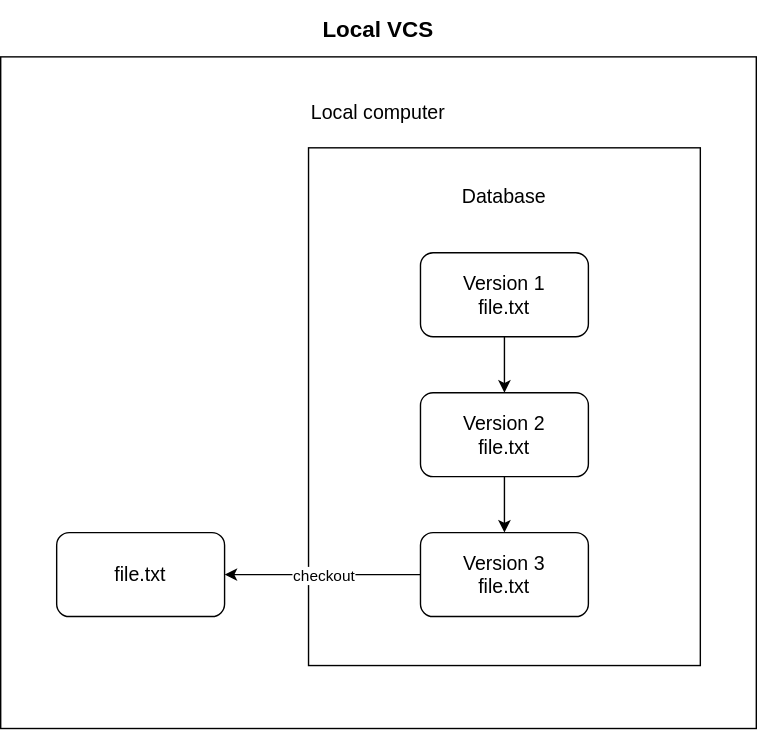
thomas-rasmussen/git-tutorial keeps this draw.io diagram as docs/diagrams/local-vcs.svg. Above is the earlier version. Source tidied: cells renumbered, new cells last; positions are measured from the earlier drawing's top-left corner, leaving out a move shared by most shapes. Source of this version:
```xml
<mxGraphModel>
  <root>
    <mxCell id="0" />
    <mxCell id="1" parent="0" />
    <mxCell id="2" style="rounded=0;whiteSpace=wrap;html=1;perimeterSpacing=1;glass=0;shadow=0;" parent="1" vertex="1">
      <mxGeometry y="40" width="540" height="480" as="geometry" />
    </mxCell>
    <mxCell id="3" value="Local computer" style="rounded=0;whiteSpace=wrap;html=1;fontSize=14;strokeColor=none;" parent="1" vertex="1">
      <mxGeometry x="85" y="70" width="370" height="20" as="geometry" />
    </mxCell>
    <mxCell id="4" style="rounded=0;whiteSpace=wrap;html=1;" parent="1" vertex="1">
      <mxGeometry x="290" y="260" width="120" height="60" as="geometry" />
    </mxCell>
    <mxCell id="5" style="rounded=0;whiteSpace=wrap;html=1;" parent="1" vertex="1">
      <mxGeometry x="300" y="295" width="120" height="60" as="geometry" />
    </mxCell>
    <mxCell id="6" value="file.txt" style="rounded=1;whiteSpace=wrap;html=1;fontSize=14;" parent="1" vertex="1">
      <mxGeometry x="40" y="380" width="120" height="60" as="geometry" />
    </mxCell>
    <mxCell id="7" style="rounded=0;whiteSpace=wrap;html=1;perimeterSpacing=0;" parent="1" vertex="1">
      <mxGeometry x="220" y="105" width="280" height="370" as="geometry" />
    </mxCell>
    <mxCell id="8" value="Database" style="rounded=0;whiteSpace=wrap;html=1;fontSize=14;strokeColor=none;" parent="1" vertex="1">
      <mxGeometry x="300" y="130" width="120" height="20" as="geometry" />
    </mxCell>
    <mxCell id="9" style="edgeStyle=orthogonalEdgeStyle;rounded=0;jettySize=auto;html=1;" parent="1" edge="1" source="10" target="15">
      <mxGeometry relative="1" as="geometry" />
    </mxCell>
    <mxCell id="10" value="Version 2&lt;div&gt;file.txt&lt;/div&gt;" style="rounded=1;whiteSpace=wrap;html=1;fontSize=14;verticalAlign=middle;" parent="1" vertex="1">
      <mxGeometry x="300" y="280" width="120" height="60" as="geometry" />
    </mxCell>
    <mxCell id="11" style="edgeStyle=orthogonalEdgeStyle;rounded=0;jettySize=auto;html=1;" parent="1" edge="1" source="12" target="10">
      <mxGeometry relative="1" as="geometry" />
    </mxCell>
    <mxCell id="12" value="&lt;font&gt;Version 1&lt;/font&gt;&lt;div&gt;&lt;font&gt;file.txt&lt;/font&gt;&lt;/div&gt;" style="rounded=1;whiteSpace=wrap;html=1;fontSize=14;" parent="1" vertex="1">
      <mxGeometry x="300" y="180" width="120" height="60" as="geometry" />
    </mxCell>
    <mxCell id="13" style="edgeStyle=orthogonalEdgeStyle;rounded=0;jettySize=auto;html=1;" parent="1" edge="1" source="15" target="6">
      <mxGeometry relative="1" as="geometry" />
    </mxCell>
    <mxCell id="14" value="checkout" style="edgeLabel;html=1;align=center;verticalAlign=middle;" parent="13" vertex="1">
      <mxGeometry relative="1" as="geometry" />
    </mxCell>
    <mxCell id="15" value="Version 3&lt;div&gt;file.txt&lt;/div&gt;" style="rounded=1;whiteSpace=wrap;html=1;fontSize=14;" parent="1" vertex="1">
      <mxGeometry x="300" y="380" width="120" height="60" as="geometry" />
    </mxCell>
    <mxCell id="16" style="edgeStyle=orthogonalEdgeStyle;rounded=0;orthogonalLoop=1;jettySize=auto;html=1;exitX=0.5;exitY=1;exitDx=0;exitDy=0;" parent="1" edge="1" source="2" target="2">
      <mxGeometry relative="1" as="geometry" />
    </mxCell>
    <mxCell id="17" value="Local VCS" style="rounded=0;whiteSpace=wrap;html=1;fontSize=16;fontStyle=1;fillColor=none;strokeColor=none;" parent="1" vertex="1">
      <mxGeometry width="540" height="40" as="geometry" />
    </mxCell>
  </root>
</mxGraphModel>
```
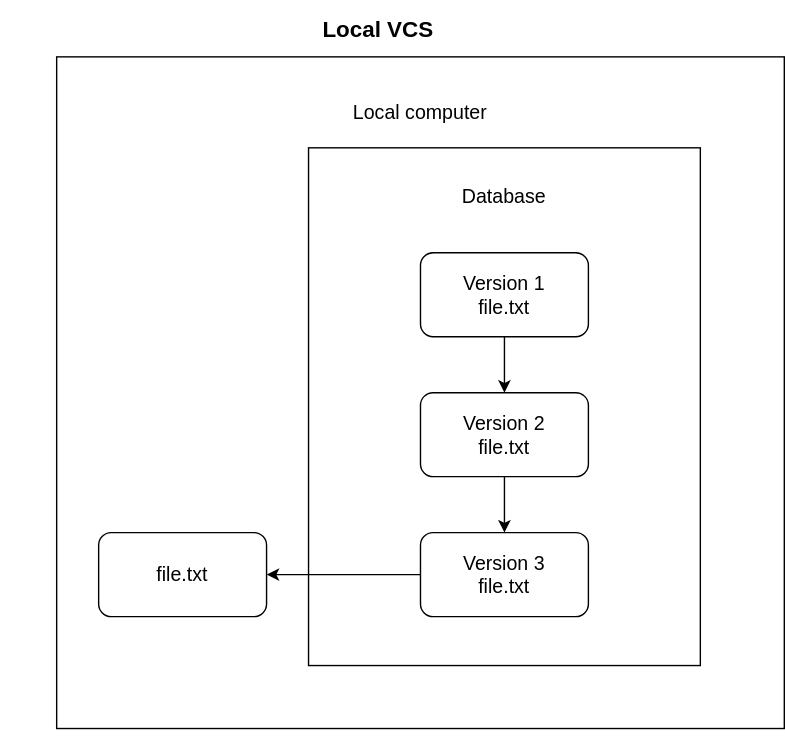
Later version of the same file.

Change to the diagram source:
```diff
@@ -3,10 +3,10 @@
     <mxCell id="0" />
     <mxCell id="1" parent="0" />
     <mxCell id="2" style="rounded=0;whiteSpace=wrap;html=1;perimeterSpacing=1;glass=0;shadow=0;" parent="1" vertex="1">
-      <mxGeometry y="40" width="540" height="480" as="geometry" />
+      <mxGeometry x="40" y="40" width="520" height="480" as="geometry" />
     </mxCell>
     <mxCell id="3" value="Local computer" style="rounded=0;whiteSpace=wrap;html=1;fontSize=14;strokeColor=none;" parent="1" vertex="1">
-      <mxGeometry x="85" y="70" width="370" height="20" as="geometry" />
+      <mxGeometry x="115" y="70" width="370" height="20" as="geometry" />
     </mxCell>
     <mxCell id="4" style="rounded=0;whiteSpace=wrap;html=1;" parent="1" vertex="1">
       <mxGeometry x="290" y="260" width="120" height="60" as="geometry" />
@@ -15,7 +15,7 @@
       <mxGeometry x="300" y="295" width="120" height="60" as="geometry" />
     </mxCell>
     <mxCell id="6" value="file.txt" style="rounded=1;whiteSpace=wrap;html=1;fontSize=14;" parent="1" vertex="1">
-      <mxGeometry x="40" y="380" width="120" height="60" as="geometry" />
+      <mxGeometry x="70" y="380" width="120" height="60" as="geometry" />
     </mxCell>
     <mxCell id="7" style="rounded=0;whiteSpace=wrap;html=1;perimeterSpacing=0;" parent="1" vertex="1">
       <mxGeometry x="220" y="105" width="280" height="370" as="geometry" />
@@ -38,9 +38,6 @@
     <mxCell id="13" style="edgeStyle=orthogonalEdgeStyle;rounded=0;jettySize=auto;html=1;" parent="1" edge="1" source="15" target="6">
       <mxGeometry relative="1" as="geometry" />
     </mxCell>
-    <mxCell id="14" value="checkout" style="edgeLabel;html=1;align=center;verticalAlign=middle;" parent="13" vertex="1">
-      <mxGeometry relative="1" as="geometry" />
-    </mxCell>
     <mxCell id="15" value="Version 3&lt;div&gt;file.txt&lt;/div&gt;" style="rounded=1;whiteSpace=wrap;html=1;fontSize=14;" parent="1" vertex="1">
       <mxGeometry x="300" y="380" width="120" height="60" as="geometry" />
     </mxCell>
```
